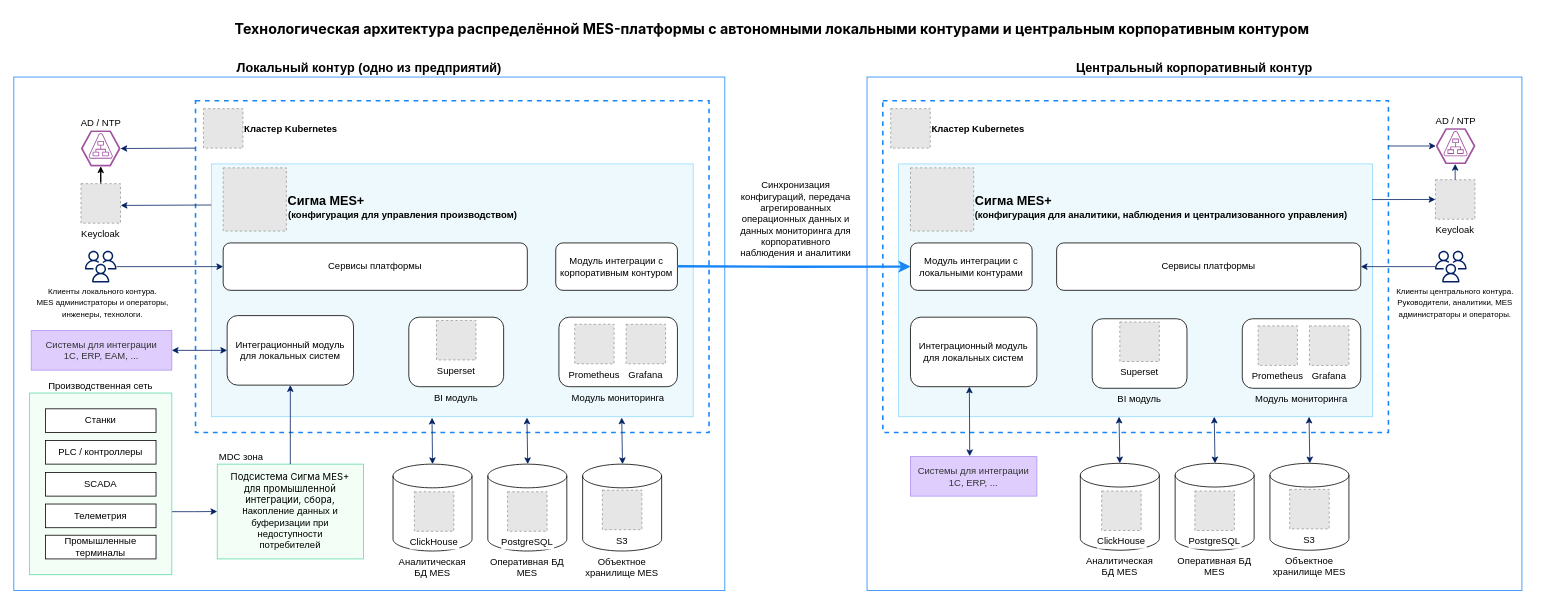
Earlier version of the draw.io diagram Архитектура/v1/Диаграммы/Технологическая архитектура.drawio (myhivedev/mes-doc). Source tidied: cells renumbered, new cells numbered last; positions are measured from the earlier drawing's top-left corner, leaving out a move shared by most shapes. Both pictures are drawn from the tidied source at 79%, with x=0, y=0 at pixel (13, 13). Pictures stored in the file or linked from it are replaced by grey dashed boxes.
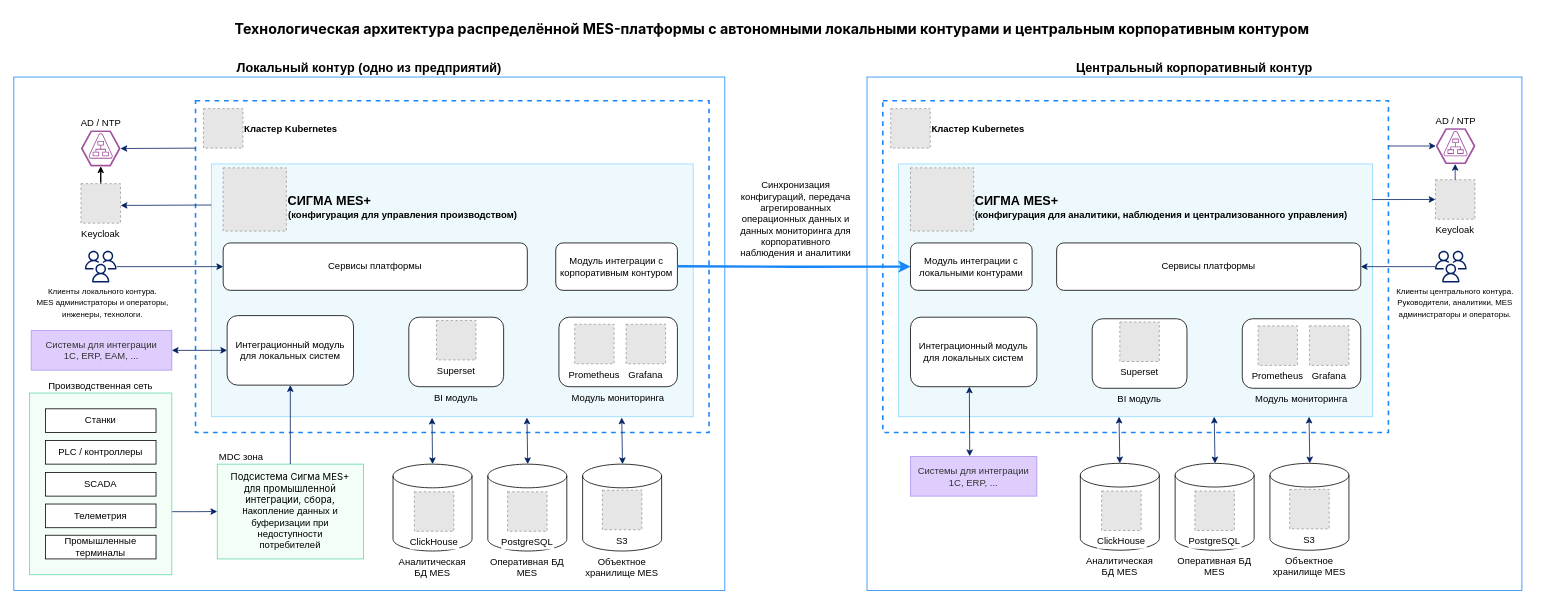
After the change.

What changed in the source:
```diff
@@
-    <mxCell id="10" value="Сигма MES+" style="fillColor=#E6E6E6;strokeColor=#999999;dashed=1;verticalLabelPosition=middle;labelBackgroundColor=none;verticalAlign=middle;labelPosition=right;align=left;fontStyle=1;fontSize=16;" parent="1" vertex="1">
+    <mxCell id="10" value="СИГМА MES+" style="fillColor=#E6E6E6;strokeColor=#999999;dashed=1;verticalLabelPosition=middle;labelBackgroundColor=none;verticalAlign=middle;labelPosition=right;align=left;fontStyle=1;fontSize=16;" parent="1" vertex="1">
       <mxGeometry x="265" y="195" width="80" height="80" as="geometry" />
     </mxCell>
@@
-    <mxCell id="55" value="Сигма MES+" style="fillColor=#E6E6E6;strokeColor=#999999;dashed=1;verticalLabelPosition=middle;labelBackgroundColor=none;verticalAlign=middle;labelPosition=right;align=left;fontStyle=1;fontSize=16;" parent="1" vertex="1">
+    <mxCell id="55" value="СИГМА MES+" style="fillColor=#E6E6E6;strokeColor=#999999;dashed=1;verticalLabelPosition=middle;labelBackgroundColor=none;verticalAlign=middle;labelPosition=right;align=left;fontStyle=1;fontSize=16;" parent="1" vertex="1">
       <mxGeometry x="1135" y="195" width="80" height="80" as="geometry" />
     </mxCell>
```
